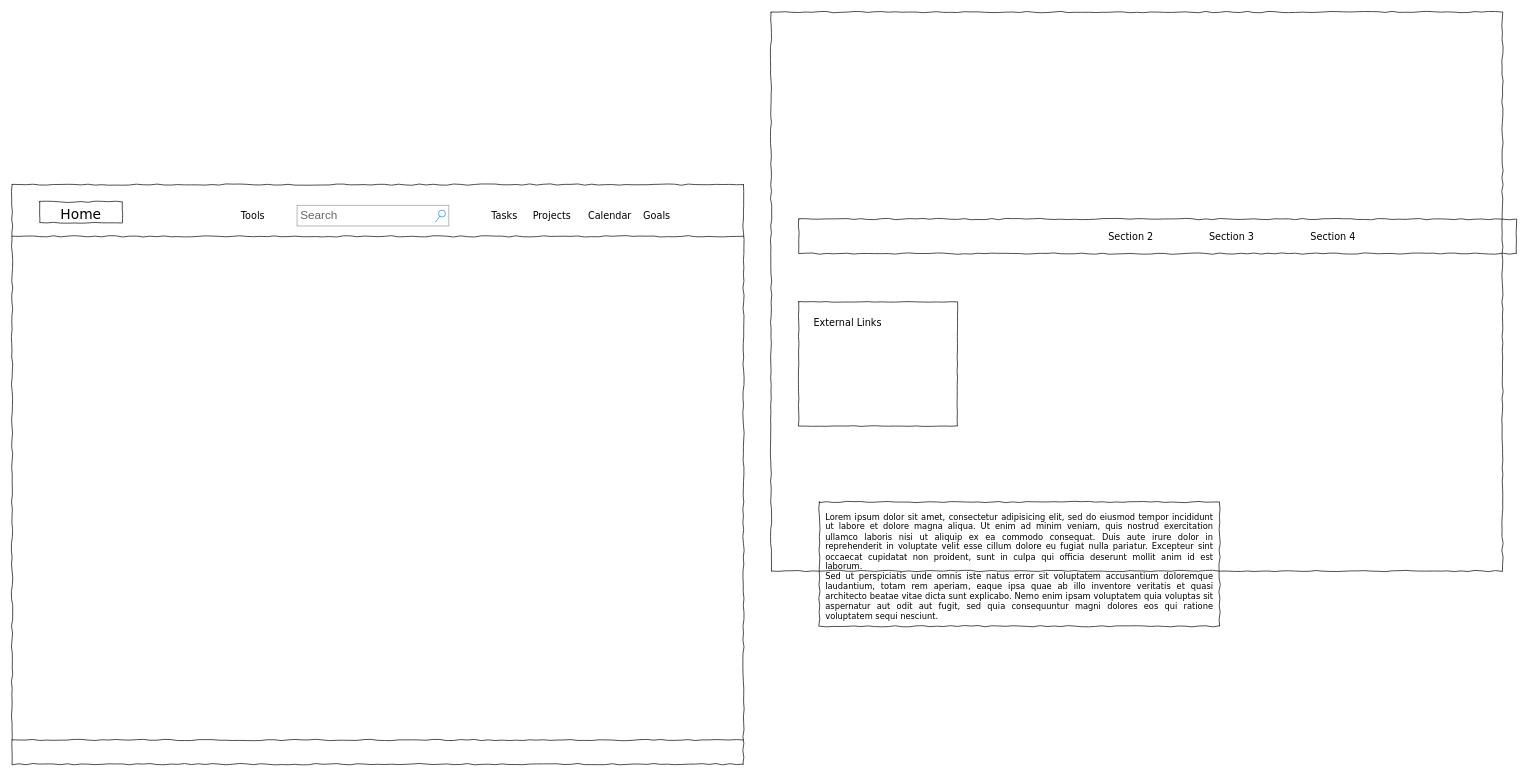
Earlier version of the draw.io diagram Design/Untitled Diagram.drawio (mdotpali/ProductivityHub). Source tidied: cells renumbered, new cells numbered last; positions are measured from the earlier drawing's top-left corner, leaving out a move shared by most shapes. Both pictures are drawn from the tidied source at 69%, with x=0, y=0 at pixel (12, 12).
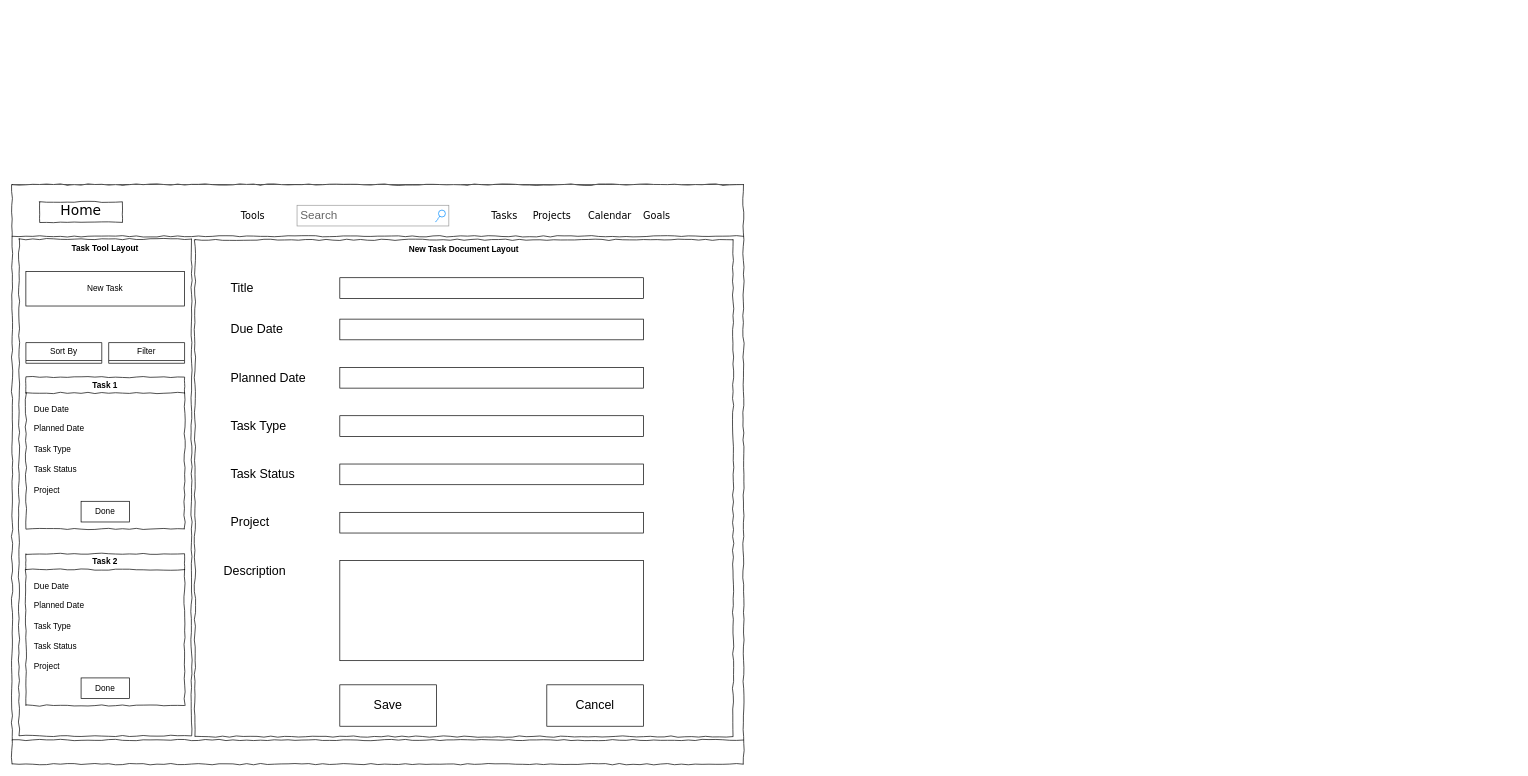
The same page after the edit.

What changed in the source:
```diff
@@
-    <mxCell id="2" style="whiteSpace=wrap;html=1;rounded=0;shadow=0;labelBackgroundColor=none;strokeColor=#000000;strokeWidth=1;fillColor=none;fontFamily=Verdana;fontSize=12;fontColor=#000000;align=center;comic=1;" parent="1" vertex="1">
-      <mxGeometry x="1100" width="1060" height="810" as="geometry" />
-    </mxCell>
-    <mxCell id="3" style="whiteSpace=wrap;html=1;rounded=0;shadow=0;labelBackgroundColor=none;strokeWidth=1;fillColor=none;fontFamily=Verdana;fontSize=12;align=center;comic=1;" parent="1" vertex="1">
-      <mxGeometry x="1140" y="300" width="1040" height="50" as="geometry" />
-    </mxCell>
-    <mxCell id="4" value="Section 2" style="text;html=1;align=left;verticalAlign=top;spacingTop=-4;fontSize=14;fontFamily=Verdana;" parent="1" vertex="1">
-      <mxGeometry x="1587" y="315" width="60" height="20" as="geometry" />
-    </mxCell>
-    <mxCell id="5" value="Section 3" style="text;html=1;align=left;verticalAlign=top;spacingTop=-4;fontSize=14;fontFamily=Verdana;" parent="1" vertex="1">
-      <mxGeometry x="1733" y="315" width="60" height="20" as="geometry" />
-    </mxCell>
-    <mxCell id="6" value="Section 4" style="text;html=1;align=left;verticalAlign=top;spacingTop=-4;fontSize=14;fontFamily=Verdana;" parent="1" vertex="1">
-      <mxGeometry x="1880" y="315" width="60" height="20" as="geometry" />
-    </mxCell>
-    <mxCell id="7" value="&lt;div style=&quot;text-align: justify&quot;&gt;&lt;span&gt;Lorem ipsum dolor sit amet, consectetur adipisicing elit, sed do eiusmod tempor incididunt ut labore et dolore magna aliqua. Ut enim ad minim veniam, quis nostrud exercitation ullamco laboris nisi ut aliquip ex ea commodo consequat. Duis aute irure dolor in reprehenderit in voluptate velit esse cillum dolore eu fugiat nulla pariatur. Excepteur sint occaecat cupidatat non proident, sunt in culpa qui officia deserunt mollit anim id est laborum.&lt;/span&gt;&lt;/div&gt;&lt;div style=&quot;text-align: justify&quot;&gt;&lt;span&gt;Sed ut perspiciatis unde omnis iste natus error sit voluptatem accusantium doloremque laudantium, totam rem aperiam, eaque ipsa quae ab illo inventore veritatis et quasi architecto beatae vitae dicta sunt explicabo. Nemo enim ipsam voluptatem quia voluptas sit aspernatur aut odit aut fugit, sed quia consequuntur magni dolores eos qui ratione voluptatem sequi nesciunt.&amp;nbsp;&lt;/span&gt;&lt;/div&gt;" style="whiteSpace=wrap;html=1;rounded=0;shadow=0;labelBackgroundColor=none;strokeWidth=1;fillColor=none;fontFamily=Verdana;fontSize=12;align=center;verticalAlign=top;spacing=10;comic=1;" parent="1" vertex="1">
-      <mxGeometry x="1170" y="710" width="580" height="180" as="geometry" />
-    </mxCell>
-    <mxCell id="8" style="whiteSpace=wrap;html=1;rounded=0;shadow=0;labelBackgroundColor=none;strokeWidth=1;fillColor=none;fontFamily=Verdana;fontSize=12;align=center;comic=1;jiggle=1;" parent="1" vertex="1">
-      <mxGeometry x="1140" y="420" width="230" height="180" as="geometry" />
-    </mxCell>
-    <mxCell id="9" value="External Links" style="text;html=1;align=left;verticalAlign=top;spacingTop=-4;fontSize=14;fontFamily=Verdana;" parent="1" vertex="1">
-      <mxGeometry x="1160" y="440" width="170" height="20" as="geometry" />
-    </mxCell>
-    <mxCell id="10" style="line;strokeWidth=1;html=1;rounded=0;shadow=0;labelBackgroundColor=none;fillColor=none;fontFamily=Verdana;fontSize=14;fontColor=#000000;align=center;comic=1;" parent="1" vertex="1">
-      <mxGeometry y="1050" width="1060" height="10" as="geometry" />
-    </mxCell>
-    <mxCell id="11" style="swimlane;startSize=0;comic=1;" parent="1" vertex="1">
+    <mxCell id="11" style="swimlane;startSize=0;comic=1;fillColor=#000000;" parent="1" vertex="1">
       <mxGeometry y="250" width="1060" height="840" as="geometry" />
     </mxCell>
-    <mxCell id="12" value="Tools" style="text;html=1;align=left;verticalAlign=top;spacingTop=-4;fontSize=14;fontFamily=Verdana;" parent="11" vertex="1">
+    <mxCell id="12" value="Tools" style="text;html=1;align=left;verticalAlign=top;spacingTop=-4;fontSize=14;fontFamily=Verdana;fillColor=none;" parent="11" vertex="1">
       <mxGeometry x="330" y="35" width="60" height="20" as="geometry" />
     </mxCell>
-    <mxCell id="13" value="Search" style="strokeWidth=1;shadow=0;dashed=0;align=center;html=1;shape=mxgraph.mockup.forms.searchBox;strokeColor=#999999;mainText=;strokeColor2=#008cff;fontColor=#666666;fontSize=17;align=left;spacingLeft=3;rounded=0;labelBackgroundColor=none;comic=1;" parent="11" vertex="1">
+    <mxCell id="13" value="Search" style="strokeWidth=1;shadow=0;dashed=0;align=center;html=1;shape=mxgraph.mockup.forms.searchBox;strokeColor=#999999;mainText=;strokeColor2=#008cff;fontColor=#666666;fontSize=17;align=left;spacingLeft=3;rounded=0;labelBackgroundColor=none;comic=1;fillColor=none;" parent="11" vertex="1">
       <mxGeometry x="413" y="30" width="220" height="30" as="geometry" />
     </mxCell>
-    <mxCell id="14" value="Tasks" style="text;html=1;align=left;verticalAlign=top;spacingTop=-4;fontSize=14;fontFamily=Verdana;" parent="11" vertex="1">
+    <mxCell id="14" value="Tasks" style="text;html=1;align=left;verticalAlign=top;spacingTop=-4;fontSize=14;fontFamily=Verdana;fillColor=none;" parent="11" vertex="1">
       <mxGeometry x="693" y="35" width="60" height="20" as="geometry" />
     </mxCell>
-    <mxCell id="15" value="Projects" style="text;html=1;align=left;verticalAlign=top;spacingTop=-4;fontSize=14;fontFamily=Verdana;" parent="11" vertex="1">
+    <mxCell id="15" value="Projects" style="text;html=1;align=left;verticalAlign=top;spacingTop=-4;fontSize=14;fontFamily=Verdana;fillColor=none;" parent="11" vertex="1">
       <mxGeometry x="753" y="35" width="60" height="20" as="geometry" />
     </mxCell>
-    <mxCell id="16" value="Calendar" style="text;html=1;align=left;verticalAlign=top;spacingTop=-4;fontSize=14;fontFamily=Verdana;" parent="11" vertex="1">
+    <mxCell id="16" value="Calendar" style="text;html=1;align=left;verticalAlign=top;spacingTop=-4;fontSize=14;fontFamily=Verdana;fillColor=none;" parent="11" vertex="1">
       <mxGeometry x="833" y="35" width="60" height="20" as="geometry" />
     </mxCell>
-    <mxCell id="17" value="Goals" style="text;html=1;align=left;verticalAlign=top;spacingTop=-4;fontSize=14;fontFamily=Verdana;" parent="11" vertex="1">
+    <mxCell id="17" value="Goals" style="text;html=1;align=left;verticalAlign=top;spacingTop=-4;fontSize=14;fontFamily=Verdana;fillColor=none;" parent="11" vertex="1">
       <mxGeometry x="913" y="35" width="60" height="20" as="geometry" />
     </mxCell>
-    <mxCell id="18" value="&lt;font style=&quot;font-size: 20px;&quot;&gt;Home&lt;/font&gt;" style="whiteSpace=wrap;html=1;rounded=0;shadow=0;labelBackgroundColor=none;strokeWidth=1;fontFamily=Verdana;fontSize=28;align=center;comic=1;" parent="11" vertex="1">
+    <mxCell id="18" value="&lt;font style=&quot;font-size: 20px;&quot;&gt;Home&lt;/font&gt;" style="whiteSpace=wrap;html=1;rounded=0;shadow=0;labelBackgroundColor=none;strokeWidth=1;fontFamily=Verdana;fontSize=28;align=center;comic=1;verticalAlign=bottom;labelPosition=center;verticalLabelPosition=middle;fillColor=none;" parent="11" vertex="1">
       <mxGeometry x="40" y="25" width="120" height="30" as="geometry" />
     </mxCell>
@@
+    <mxCell id="20" value="Task Tool Layout" style="swimlane;startSize=0;comic=1;verticalAlign=top;fillStyle=auto;fillColor=none;" parent="11" vertex="1">
+      <mxGeometry x="10" y="79" width="250" height="720" as="geometry" />
+    </mxCell>
+    <mxCell id="21" value="Task 1" style="swimlane;whiteSpace=wrap;html=1;comic=1;fillColor=none;" parent="20" vertex="1">
+      <mxGeometry x="10" y="200" width="230" height="220" as="geometry" />
+    </mxCell>
+    <mxCell id="22" value="Done" style="html=1;whiteSpace=wrap;fillColor=none;" parent="21" vertex="1">
+      <mxGeometry x="80" y="180" width="70" height="30" as="geometry" />
+    </mxCell>
+    <mxCell id="23" value="Due Date" style="text;html=1;align=left;verticalAlign=middle;whiteSpace=wrap;rounded=0;fillColor=none;" parent="21" vertex="1">
+      <mxGeometry x="10" y="32" width="60" height="30" as="geometry" />
+    </mxCell>
+    <mxCell id="24" value="Planned Date" style="text;html=1;align=left;verticalAlign=middle;whiteSpace=wrap;rounded=0;fillColor=none;" parent="21" vertex="1">
+      <mxGeometry x="10" y="60" width="170" height="30" as="geometry" />
+    </mxCell>
+    <mxCell id="25" value="Task Type" style="text;html=1;align=left;verticalAlign=middle;whiteSpace=wrap;rounded=0;fillColor=none;" parent="21" vertex="1">
+      <mxGeometry x="10" y="90" width="170" height="30" as="geometry" />
+    </mxCell>
+    <mxCell id="26" value="Task Status" style="text;html=1;align=left;verticalAlign=middle;whiteSpace=wrap;rounded=0;fillColor=none;" parent="21" vertex="1">
+      <mxGeometry x="10" y="119" width="170" height="30" as="geometry" />
+    </mxCell>
+    <mxCell id="27" value="Project" style="text;html=1;align=left;verticalAlign=middle;whiteSpace=wrap;rounded=0;fillColor=none;" parent="21" vertex="1">
+      <mxGeometry x="10" y="149" width="170" height="30" as="geometry" />
+    </mxCell>
+    <mxCell id="28" value="Task 2" style="swimlane;whiteSpace=wrap;html=1;comic=1;fillColor=none;" parent="20" vertex="1">
+      <mxGeometry x="10" y="456" width="230" height="220" as="geometry" />
+    </mxCell>
+    <mxCell id="29" value="Done" style="html=1;whiteSpace=wrap;fillColor=none;" parent="28" vertex="1">
+      <mxGeometry x="80" y="180" width="70" height="30" as="geometry" />
+    </mxCell>
+    <mxCell id="30" value="Due Date" style="text;html=1;align=left;verticalAlign=middle;whiteSpace=wrap;rounded=0;fillColor=none;" parent="28" vertex="1">
+      <mxGeometry x="10" y="32" width="60" height="30" as="geometry" />
+    </mxCell>
+    <mxCell id="31" value="Planned Date" style="text;html=1;align=left;verticalAlign=middle;whiteSpace=wrap;rounded=0;fillColor=none;" parent="28" vertex="1">
+      <mxGeometry x="10" y="60" width="170" height="30" as="geometry" />
+    </mxCell>
+    <mxCell id="32" value="Task Type" style="text;html=1;align=left;verticalAlign=middle;whiteSpace=wrap;rounded=0;fillColor=none;" parent="28" vertex="1">
+      <mxGeometry x="10" y="90" width="170" height="30" as="geometry" />
+    </mxCell>
+    <mxCell id="33" value="Task Status" style="text;html=1;align=left;verticalAlign=middle;whiteSpace=wrap;rounded=0;fillColor=none;" parent="28" vertex="1">
+      <mxGeometry x="10" y="119" width="170" height="30" as="geometry" />
+    </mxCell>
+    <mxCell id="34" value="Project" style="text;html=1;align=left;verticalAlign=middle;whiteSpace=wrap;rounded=0;fillColor=none;" parent="28" vertex="1">
+      <mxGeometry x="10" y="149" width="170" height="30" as="geometry" />
+    </mxCell>
+    <mxCell id="35" value="Sort By" style="swimlane;fontStyle=0;horizontal=1;startSize=26;fillColor=none;whiteSpace=wrap;html=1;" parent="20" vertex="1" collapsed="1">
+      <mxGeometry x="10" y="150" width="110" height="30" as="geometry" />
+    </mxCell>
+    <mxCell id="36" value="Filter" style="swimlane;fontStyle=0;horizontal=1;startSize=26;whiteSpace=wrap;html=1;fillColor=none;" parent="20" vertex="1" collapsed="1">
+      <mxGeometry x="130" y="150" width="110" height="30" as="geometry" />
+    </mxCell>
+    <mxCell id="37" value="New Task" style="html=1;whiteSpace=wrap;fillColor=none;" parent="20" vertex="1">
+      <mxGeometry x="10" y="47" width="230" height="50" as="geometry" />
+    </mxCell>
+    <mxCell id="10" style="line;strokeWidth=1;html=1;rounded=0;shadow=0;labelBackgroundColor=none;fillColor=none;fontFamily=Verdana;fontSize=14;fontColor=#000000;align=center;comic=1;" parent="11" vertex="1">
+      <mxGeometry y="800" width="1060" height="10" as="geometry" />
+    </mxCell>
+    <mxCell id="38" value="New Task Document Layout" style="swimlane;startSize=0;verticalAlign=top;comic=1;fillColor=none;" parent="11" vertex="1">
+      <mxGeometry x="265" y="80" width="780" height="720" as="geometry" />
+    </mxCell>
+    <mxCell id="39" value="Due Date" style="text;html=1;align=left;verticalAlign=middle;whiteSpace=wrap;rounded=0;fontSize=18;fillColor=none;" parent="38" vertex="1">
+      <mxGeometry x="50" y="115" width="130" height="30" as="geometry" />
+    </mxCell>
+    <mxCell id="40" value="Planned Date" style="text;html=1;align=left;verticalAlign=middle;whiteSpace=wrap;rounded=0;fontSize=18;fillColor=none;" parent="38" vertex="1">
+      <mxGeometry x="50" y="185" width="170" height="30" as="geometry" />
+    </mxCell>
+    <mxCell id="41" value="Task Type" style="text;html=1;align=left;verticalAlign=middle;whiteSpace=wrap;rounded=0;fontSize=18;fillColor=none;" parent="38" vertex="1">
+      <mxGeometry x="50" y="255" width="170" height="30" as="geometry" />
+    </mxCell>
+    <mxCell id="42" value="&lt;font style=&quot;font-size: 18px;&quot;&gt;Task Status&lt;/font&gt;" style="text;html=1;align=left;verticalAlign=middle;whiteSpace=wrap;rounded=0;fillColor=none;" parent="38" vertex="1">
+      <mxGeometry x="50" y="325" width="170" height="30" as="geometry" />
+    </mxCell>
+    <mxCell id="43" value="Project" style="text;html=1;align=left;verticalAlign=middle;whiteSpace=wrap;rounded=0;fontSize=18;fillColor=none;" parent="38" vertex="1">
+      <mxGeometry x="50" y="395" width="170" height="30" as="geometry" />
+    </mxCell>
+    <mxCell id="44" style="rounded=0;whiteSpace=wrap;html=1;fillColor=none;" parent="38" vertex="1">
+      <mxGeometry x="210" y="115" width="440" height="30" as="geometry" />
+    </mxCell>
+    <mxCell id="45" style="rounded=0;whiteSpace=wrap;html=1;fillColor=none;" parent="38" vertex="1">
+      <mxGeometry x="210" y="185" width="440" height="30" as="geometry" />
+    </mxCell>
+    <mxCell id="46" style="rounded=0;whiteSpace=wrap;html=1;fillColor=none;" parent="38" vertex="1">
+      <mxGeometry x="210" y="255" width="440" height="30" as="geometry" />
+    </mxCell>
+    <mxCell id="47" style="rounded=0;whiteSpace=wrap;html=1;fillColor=none;" parent="38" vertex="1">
+      <mxGeometry x="210" y="325" width="440" height="30" as="geometry" />
+    </mxCell>
+    <mxCell id="48" style="rounded=0;whiteSpace=wrap;html=1;fillColor=none;" parent="38" vertex="1">
+      <mxGeometry x="210" y="395" width="440" height="30" as="geometry" />
+    </mxCell>
+    <mxCell id="49" value="Title" style="text;html=1;align=left;verticalAlign=middle;whiteSpace=wrap;rounded=0;fontSize=18;fillColor=none;" parent="38" vertex="1">
+      <mxGeometry x="50" y="55" width="130" height="30" as="geometry" />
+    </mxCell>
+    <mxCell id="50" style="rounded=0;whiteSpace=wrap;html=1;fillColor=none;" parent="38" vertex="1">
+      <mxGeometry x="210" y="55" width="440" height="30" as="geometry" />
+    </mxCell>
+    <mxCell id="51" value="&lt;font style=&quot;font-size: 18px;&quot;&gt;Save&lt;/font&gt;" style="html=1;whiteSpace=wrap;fillColor=none;" parent="38" vertex="1">
+      <mxGeometry x="210" y="645" width="140" height="60" as="geometry" />
+    </mxCell>
+    <mxCell id="52" value="&lt;font style=&quot;font-size: 18px;&quot;&gt;Cancel&lt;/font&gt;" style="html=1;whiteSpace=wrap;fillColor=none;" parent="38" vertex="1">
+      <mxGeometry x="510" y="645" width="140" height="60" as="geometry" />
+    </mxCell>
+    <mxCell id="53" style="rounded=0;whiteSpace=wrap;html=1;fillColor=none;" parent="38" vertex="1">
+      <mxGeometry x="210" y="465" width="440" height="145" as="geometry" />
+    </mxCell>
+    <mxCell id="54" value="Description" style="text;html=1;align=left;verticalAlign=middle;whiteSpace=wrap;rounded=0;fontSize=18;fillColor=none;" parent="38" vertex="1">
+      <mxGeometry x="40" y="465" width="170" height="30" as="geometry" />
+    </mxCell>
```
